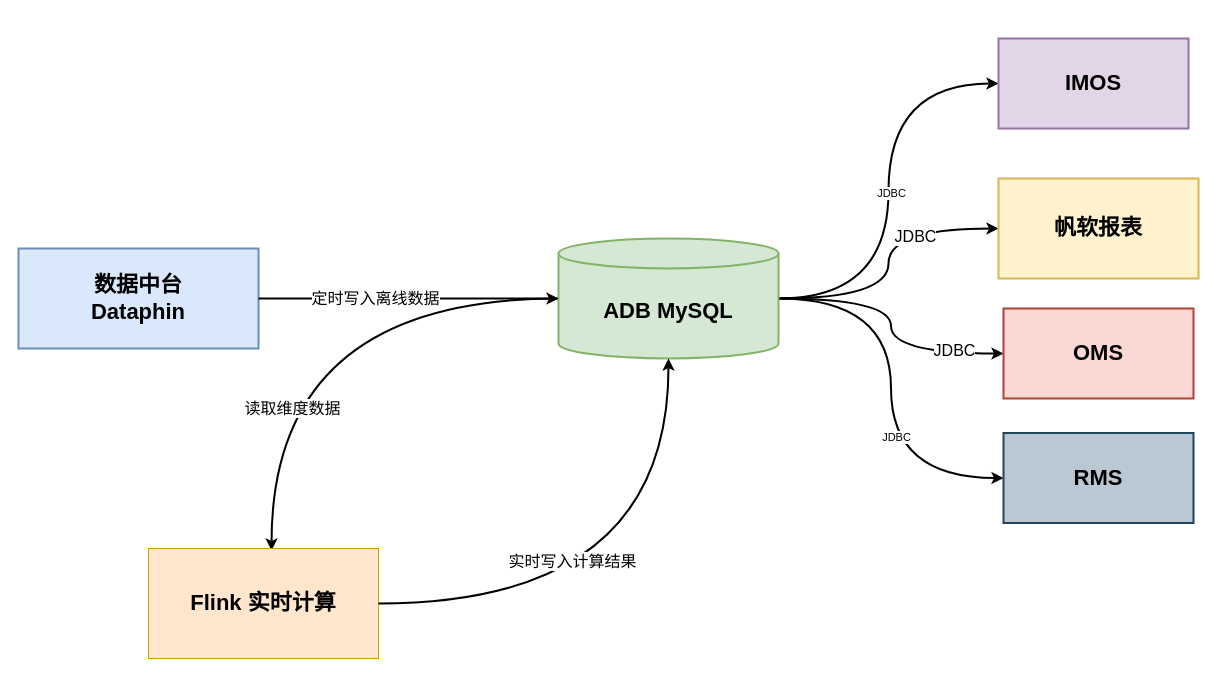
The draw.io diagram 未命名绘图.drawio in starzy1990/diagrams, before the edit. Source tidied: cells renumbered, new cells numbered last; positions are measured from the earlier drawing's top-left corner, leaving out a move shared by most shapes. Both pictures are drawn from the tidied source at 100%, with x=0, y=0 at pixel (18, 38).
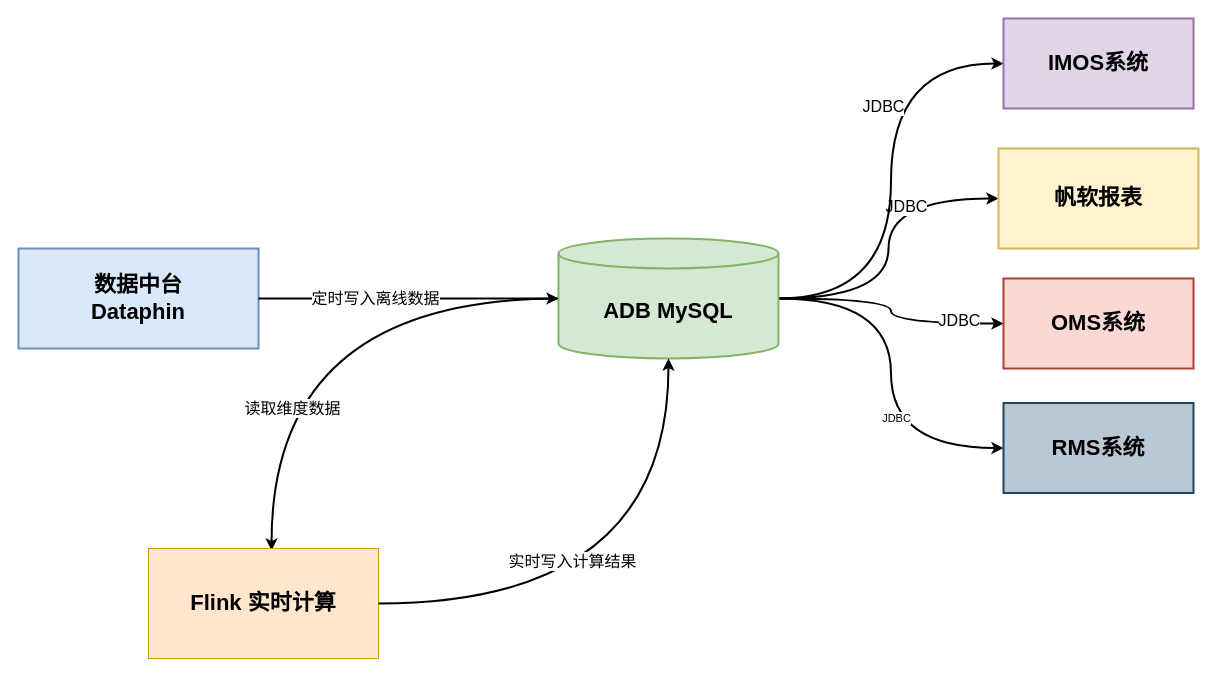
Above is the later version.

Commit message (it also covers changes not shown here):
更新未命名绘图.drawio

Unchanged cells that the change refers to:
```xml
<mxCell id="12" value="ADB MySQL" style="shape=cylinder3;whiteSpace=wrap;html=1;boundedLbl=1;backgroundOutline=1;size=15;fillColor=#d5e8d4;strokeColor=#82b366;fontSize=22;fontStyle=1;strokeWidth=2;" parent="1" vertex="1">
  <mxGeometry x="540" y="200" width="220" height="120" as="geometry" />
</mxCell>
```

Diff of the diagram source:
```diff
@@
-    <mxCell id="6" style="edgeStyle=orthogonalEdgeStyle;rounded=0;jettySize=auto;html=1;entryX=0;entryY=0.5;entryDx=0;entryDy=0;curved=1;strokeWidth=2;fontSize=16;" parent="1" edge="1" source="12" target="20">
-      <mxGeometry relative="1" as="geometry" />
-    </mxCell>
-    <mxCell id="7" value="JDBC" style="edgeLabel;html=1;align=center;verticalAlign=middle;" parent="6" vertex="1">
-      <mxGeometry x="-0.01" y="-2" relative="1" as="geometry">
-        <mxPoint y="-1" as="offset" />
-      </mxGeometry>
-    </mxCell>
@@
+    <mxCell id="6" style="edgeStyle=orthogonalEdgeStyle;rounded=0;jettySize=auto;html=1;entryX=0;entryY=0.5;entryDx=0;entryDy=0;curved=1;strokeWidth=2;" parent="1" edge="1" source="12" target="20">
+      <mxGeometry relative="1" as="geometry" />
+    </mxCell>
+    <mxCell id="7" value="JDBC" style="edgeLabel;html=1;align=center;verticalAlign=middle;fontSize=16;" parent="6" vertex="1">
+      <mxGeometry x="0.33" y="8" relative="1" as="geometry">
+        <mxPoint y="1" as="offset" />
+      </mxGeometry>
+    </mxCell>
@@
     <mxCell id="19" value="帆软报表" style="rounded=0;whiteSpace=wrap;html=1;fillColor=#fff2cc;strokeColor=#d6b656;strokeWidth=2;fontSize=22;fontStyle=1;" parent="1" vertex="1">
-      <mxGeometry x="980" y="140" width="200" height="100" as="geometry" />
+      <mxGeometry x="980" y="110" width="200" height="100" as="geometry" />
     </mxCell>
-    <mxCell id="20" value="IMOS" style="rounded=0;whiteSpace=wrap;html=1;fillColor=#e1d5e7;strokeColor=#9673a6;fontSize=22;fontStyle=1;strokeWidth=2;" parent="1" vertex="1">
-      <mxGeometry x="980" width="190" height="90" as="geometry" />
+    <mxCell id="20" value="IMOS系统" style="rounded=0;whiteSpace=wrap;html=1;fillColor=#e1d5e7;strokeColor=#9673a6;fontSize=22;fontStyle=1;strokeWidth=2;" parent="1" vertex="1">
+      <mxGeometry x="985" y="-20" width="190" height="90" as="geometry" />
     </mxCell>
-    <mxCell id="21" value="OMS" style="rounded=0;whiteSpace=wrap;html=1;fillColor=#fad9d5;strokeColor=#ae4132;fontSize=22;fontStyle=1;strokeWidth=2;" parent="1" vertex="1">
-      <mxGeometry x="985" y="270" width="190" height="90" as="geometry" />
+    <mxCell id="21" value="OMS系统" style="rounded=0;whiteSpace=wrap;html=1;fillColor=#fad9d5;strokeColor=#ae4132;fontSize=22;fontStyle=1;strokeWidth=2;" parent="1" vertex="1">
+      <mxGeometry x="985" y="240" width="190" height="90" as="geometry" />
     </mxCell>
-    <mxCell id="22" value="RMS" style="rounded=0;whiteSpace=wrap;html=1;fillColor=#bac8d3;strokeColor=#23445d;fontSize=22;fontStyle=1;strokeWidth=2;" parent="1" vertex="1">
-      <mxGeometry x="985" y="394.5" width="190" height="90" as="geometry" />
+    <mxCell id="22" value="RMS系统" style="rounded=0;whiteSpace=wrap;html=1;fillColor=#bac8d3;strokeColor=#23445d;fontSize=22;fontStyle=1;strokeWidth=2;" parent="1" vertex="1">
+      <mxGeometry x="985" y="364.5" width="190" height="90" as="geometry" />
     </mxCell>
```
